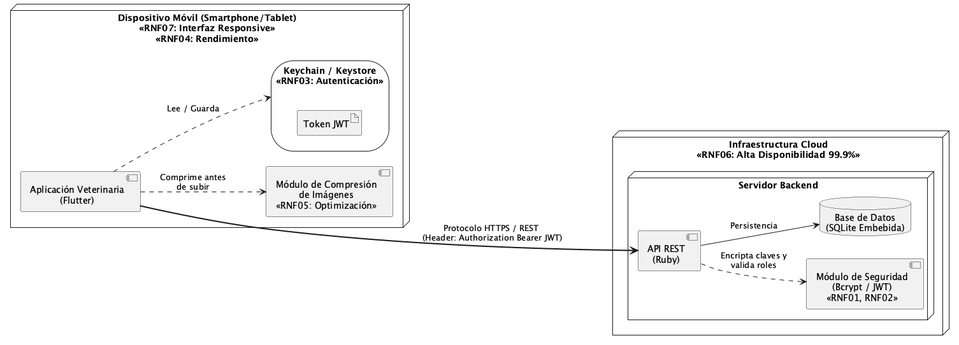
Before: Docs/diagrams/deployment_diagram.png, a diagram exported from PlantUML (W1llpr0/prograMovil). Its source is kept beside it as deployment_diagram.puml. Its diagram source:
```plantuml
@startuml
left to right direction
skinparam DefaultTextAlignment center

node "Dispositivo Móvil (Smartphone/Tablet)\n<<RNF07: Interfaz Responsive>>\n<<RNF04: Rendimiento>>" as Mobile {

    component "Aplicación Veterinaria\n(Flutter)" as AppFlutter

    component "Módulo de Compresión\nde Imágenes\n<<RNF05: Optimización>>" as Compressor

    storage "Keychain / Keystore\n<<RNF03: Autenticación>>" as Keystore {
        artifact "Token JWT" as JWT
    }

    AppFlutter ..> Compressor : "Comprime antes\nde subir"
    AppFlutter ..> Keystore : "Lee / Guarda"
}

node "Infraestructura Cloud\n<<RNF06: Alta Disponibilidad 99.9%>>" as Cloud {

    node "Servidor Backend" as Server {
        component "API REST\n(Ruby)" as API

        component "Módulo de Seguridad\n(Bcrypt / JWT)\n<<RNF01, RNF02>>" as Security

        database "Base de Datos\n(SQLite Embebida)" as DB

        API ..> Security : "Encripta claves y\nvalida roles"
        API --> DB : "Persistencia"
    }
}

AppFlutter ====> API : " Protocolo HTTPS / REST \n (Header: Authorization Bearer JWT)"

@enduml
```
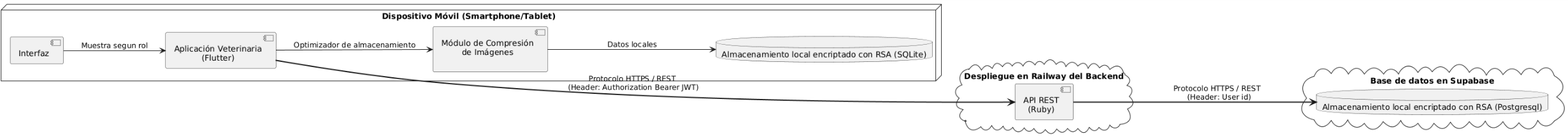
Later version of the same file.

The edit, as a diff of the source:
```diff
@@ -2,34 +2,32 @@
 left to right direction
 skinparam DefaultTextAlignment center
 
-node "Dispositivo Móvil (Smartphone/Tablet)\n<<RNF07: Interfaz Responsive>>\n<<RNF04: Rendimiento>>" as Mobile {
+node "Dispositivo Móvil (Smartphone/Tablet)" as Mobile {
+
+    component "Interfaz" as I
 
     component "Aplicación Veterinaria\n(Flutter)" as AppFlutter
 
-    component "Módulo de Compresión\nde Imágenes\n<<RNF05: Optimización>>" as Compressor
+    component "Módulo de Compresión\nde Imágenes\n" as Compressor
 
-    storage "Keychain / Keystore\n<<RNF03: Autenticación>>" as Keystore {
-        artifact "Token JWT" as JWT
-    }
+    database "Almacenamiento local encriptado con RSA (SQLite)" as database1
 
-    AppFlutter ..> Compressor : "Comprime antes\nde subir"
-    AppFlutter ..> Keystore : "Lee / Guarda"
+    I -->AppFlutter: "Muestra segun rol"
+    AppFlutter --> Compressor : "Optimizador de almacenamiento"
+    Compressor -->database1: "Datos locales"
 }
 
-node "Infraestructura Cloud\n<<RNF06: Alta Disponibilidad 99.9%>>" as Cloud {
+cloud "Despliegue en Railway del Backend" as Cloud1 {
+    component "API REST\n(Ruby)" as API
 
-    node "Servidor Backend" as Server {
-        component "API REST\n(Ruby)" as API
+}
 
-        component "Módulo de Seguridad\n(Bcrypt / JWT)\n<<RNF01, RNF02>>" as Security
+cloud "Base de datos en Supabase" as Cloud2 {
+    database "Almacenamiento local encriptado con RSA (Postgresql)" as database2
 
-        database "Base de Datos\n(SQLite Embebida)" as DB
-
-        API ..> Security : "Encripta claves y\nvalida roles"
-        API --> DB : "Persistencia"
-    }
 }
 
 AppFlutter ====> API : " Protocolo HTTPS / REST \n (Header: Authorization Bearer JWT)"
+API ====> database2 : "Protocolo HTTPS / REST \n (Header: User id)"
 
 @enduml
```
